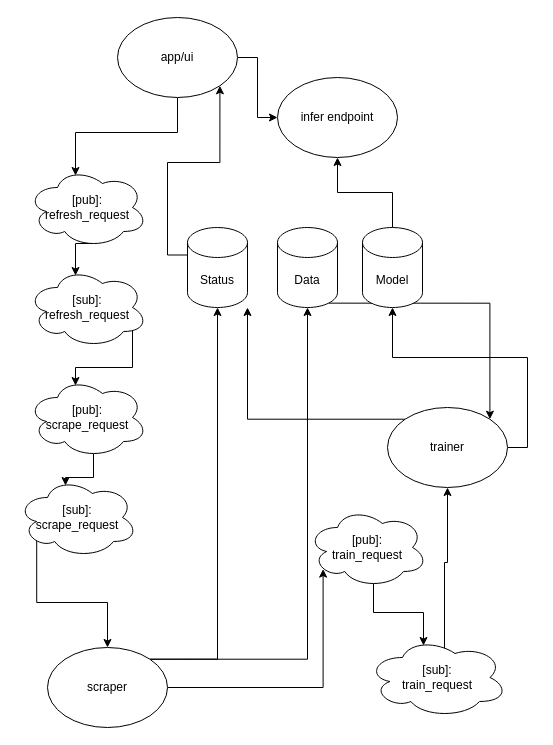
Earlier version of the draw.io diagram Architecture.drawio (tianle91/astroturf). Source tidied: cells renumbered, new cells numbered last; positions are measured from the earlier drawing's top-left corner, leaving out a move shared by most shapes. Both pictures are drawn from the tidied source at 100%, with x=0, y=0 at pixel (17, 17).
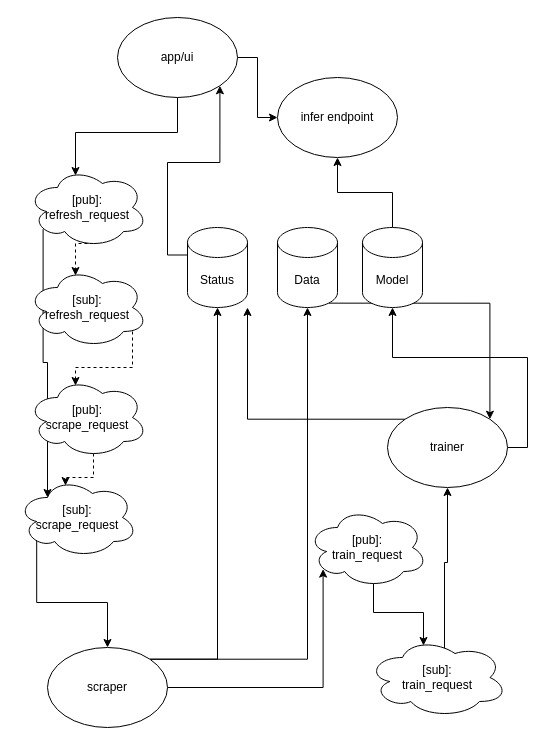
Above is the later version.

Commit message:
note current short circuit

Unchanged cells that the change refers to:
```xml
<mxCell id="9" value="[pub]: &lt;br&gt;refresh_request" style="ellipse;shape=cloud;whiteSpace=wrap;html=1;" parent="1" vertex="1">
  <mxGeometry x="10" y="150" width="120" height="80" as="geometry" />
</mxCell>
<mxCell id="11" value="[sub]: &lt;br&gt;refresh_request" style="ellipse;shape=cloud;whiteSpace=wrap;html=1;" parent="1" vertex="1">
  <mxGeometry x="10" y="250" width="120" height="80" as="geometry" />
</mxCell>
<mxCell id="13" value="[pub]: &lt;br&gt;scrape_request" style="ellipse;shape=cloud;whiteSpace=wrap;html=1;" parent="1" vertex="1">
  <mxGeometry x="10" y="360" width="120" height="80" as="geometry" />
</mxCell>
<mxCell id="15" value="[sub]: &lt;br&gt;scrape_request" style="ellipse;shape=cloud;whiteSpace=wrap;html=1;" parent="1" vertex="1">
  <mxGeometry y="460" width="120" height="80" as="geometry" />
</mxCell>
```

The edit, as a diff of the source:
```diff
@@
-    <mxCell id="8" style="edgeStyle=orthogonalEdgeStyle;rounded=0;jettySize=auto;html=1;exitX=0.55;exitY=0.95;exitDx=0;exitDy=0;exitPerimeter=0;entryX=0.4;entryY=0.1;entryDx=0;entryDy=0;entryPerimeter=0;" parent="1" edge="1" source="9" target="11">
+    <mxCell id="8" style="edgeStyle=orthogonalEdgeStyle;rounded=0;jettySize=auto;html=1;exitX=0.55;exitY=0.95;exitDx=0;exitDy=0;exitPerimeter=0;entryX=0.4;entryY=0.1;entryDx=0;entryDy=0;entryPerimeter=0;dashed=1;" parent="1" edge="1" source="9" target="11">
       <mxGeometry relative="1" as="geometry" />
     </mxCell>
+    <mxCell id="31" style="edgeStyle=orthogonalEdgeStyle;rounded=0;jettySize=auto;html=1;exitX=0.13;exitY=0.77;exitDx=0;exitDy=0;exitPerimeter=0;entryX=0.25;entryY=0.25;entryDx=0;entryDy=0;entryPerimeter=0;" parent="1" edge="1" source="9" target="15">
+      <mxGeometry relative="1" as="geometry" />
+    </mxCell>
@@
-    <mxCell id="10" style="edgeStyle=orthogonalEdgeStyle;rounded=0;jettySize=auto;html=1;exitX=0.875;exitY=0.5;exitDx=0;exitDy=0;exitPerimeter=0;entryX=0.4;entryY=0.1;entryDx=0;entryDy=0;entryPerimeter=0;" parent="1" edge="1" source="11" target="13">
+    <mxCell id="10" style="edgeStyle=orthogonalEdgeStyle;rounded=0;jettySize=auto;html=1;exitX=0.875;exitY=0.5;exitDx=0;exitDy=0;exitPerimeter=0;entryX=0.4;entryY=0.1;entryDx=0;entryDy=0;entryPerimeter=0;dashed=1;" parent="1" edge="1" source="11" target="13">
       <mxGeometry relative="1" as="geometry" />
     </mxCell>
@@
-    <mxCell id="12" style="edgeStyle=orthogonalEdgeStyle;rounded=0;jettySize=auto;html=1;exitX=0.55;exitY=0.95;exitDx=0;exitDy=0;exitPerimeter=0;entryX=0.4;entryY=0.1;entryDx=0;entryDy=0;entryPerimeter=0;" parent="1" edge="1" source="13" target="15">
+    <mxCell id="12" style="edgeStyle=orthogonalEdgeStyle;rounded=0;jettySize=auto;html=1;exitX=0.55;exitY=0.95;exitDx=0;exitDy=0;exitPerimeter=0;entryX=0.4;entryY=0.1;entryDx=0;entryDy=0;entryPerimeter=0;dashed=1;" parent="1" edge="1" source="13" target="15">
       <mxGeometry relative="1" as="geometry" />
     </mxCell>
```
